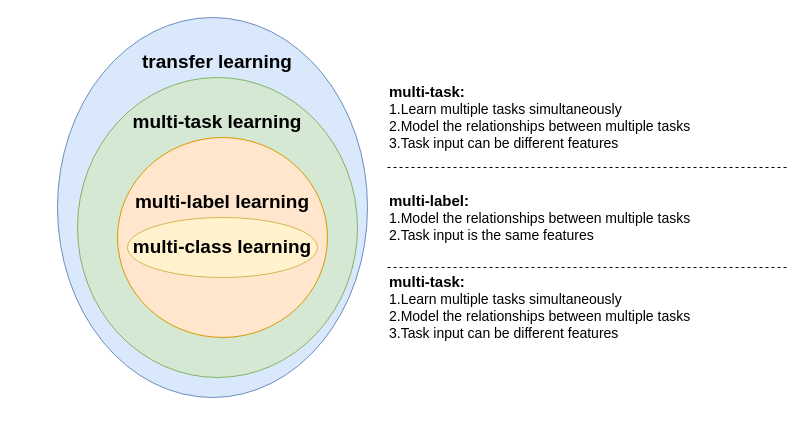
Before: MTLRS_module.drawio in Lelter/MTLRS_drawio, a draw.io diagram. Source tidied: cells renumbered, new cells numbered last; positions are measured from the earlier drawing's top-left corner, leaving out a move shared by most shapes. Both pictures are drawn from the tidied source at 100%, with x=0, y=0 at pixel (57, 17).
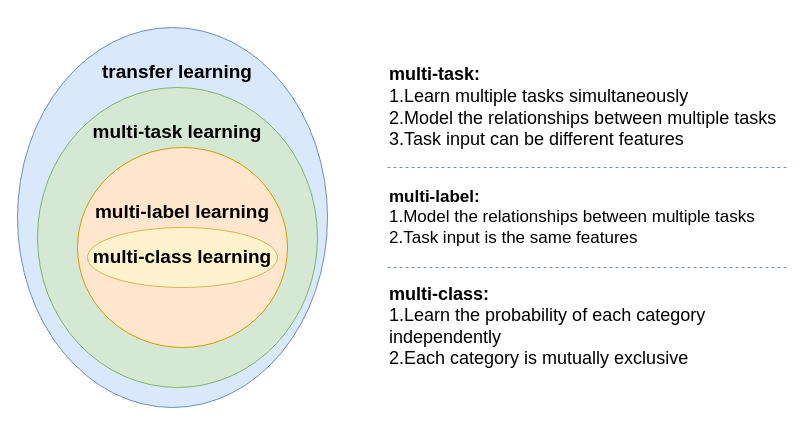
After the change.

Diff of the diagram source:
```diff
@@
 <mxGraphModel>
   <root>
     <mxCell id="0" />
     <mxCell id="1" parent="0" />
+    <mxCell id="10" value="&lt;b style=&quot;font-size: 18px;&quot;&gt;&lt;font style=&quot;font-size: 18px;&quot;&gt;multi-task:&lt;/font&gt;&lt;/b&gt;&lt;div style=&quot;font-size: 18px;&quot;&gt;&lt;font style=&quot;font-size: 18px;&quot;&gt;1.Learn multiple tasks simultaneously&lt;/font&gt;&lt;/div&gt;&lt;div style=&quot;font-size: 18px;&quot;&gt;&lt;font style=&quot;font-size: 18px;&quot;&gt;2.Model the relationships between multiple tasks&lt;/font&gt;&lt;/div&gt;&lt;div style=&quot;font-size: 18px;&quot;&gt;&lt;font style=&quot;font-size: 18px;&quot;&gt;3.Task input can be different features&lt;/font&gt;&lt;/div&gt;" style="text;html=1;align=left;verticalAlign=middle;whiteSpace=wrap;rounded=0;fontSize=18;" parent="1" vertex="1">
+      <mxGeometry x="330" y="50" width="400" height="80" as="geometry" />
+    </mxCell>
+    <mxCell id="11" style="endArrow=none;dashed=1;html=1;rounded=0;fillColor=#dae8fc;strokeColor=#6c8ebf;" parent="1" edge="1">
+      <mxGeometry relative="1" as="geometry">
+        <mxPoint x="330" y="150" as="sourcePoint" />
+        <mxPoint x="730" y="150" as="targetPoint" />
+      </mxGeometry>
+    </mxCell>
+    <mxCell id="12" value="&lt;b style=&quot;font-size: 17px;&quot;&gt;&lt;font style=&quot;font-size: 17px;&quot;&gt;multi-label:&lt;/font&gt;&lt;/b&gt;&lt;div style=&quot;font-size: 17px;&quot;&gt;&lt;font style=&quot;font-size: 17px;&quot;&gt;1.&lt;/font&gt;&lt;span style=&quot;background-color: initial; font-size: 17px;&quot;&gt;Model the relationships between multiple tasks&lt;/span&gt;&lt;/div&gt;&lt;div style=&quot;font-size: 17px;&quot;&gt;&lt;font style=&quot;font-size: 17px;&quot;&gt;2.Task input is the same features&lt;/font&gt;&lt;/div&gt;" style="text;html=1;align=left;verticalAlign=middle;whiteSpace=wrap;rounded=0;fontSize=17;" parent="1" vertex="1">
+      <mxGeometry x="330" y="160" width="400" height="80" as="geometry" />
+    </mxCell>
+    <mxCell id="13" value="&lt;b style=&quot;font-size: 18px;&quot;&gt;&lt;font style=&quot;font-size: 18px;&quot;&gt;multi-class:&lt;/font&gt;&lt;/b&gt;&lt;div style=&quot;font-size: 18px;&quot;&gt;&lt;font style=&quot;font-size: 18px;&quot;&gt;1.Learn the probability of each category independently&lt;/font&gt;&lt;/div&gt;&lt;div style=&quot;font-size: 18px;&quot;&gt;&lt;font style=&quot;font-size: 18px;&quot;&gt;2.Each category is mutually exclusive&lt;/font&gt;&lt;/div&gt;&lt;div style=&quot;font-size: 18px;&quot;&gt;&lt;br style=&quot;font-size: 18px;&quot;&gt;&lt;/div&gt;" style="text;html=1;align=left;verticalAlign=middle;whiteSpace=wrap;rounded=0;fontSize=18;" parent="1" vertex="1">
+      <mxGeometry x="330" y="280" width="400" height="80" as="geometry" />
+    </mxCell>
+    <mxCell id="14" style="endArrow=none;dashed=1;html=1;rounded=0;fillColor=#dae8fc;strokeColor=#6c8ebf;" parent="1" edge="1">
+      <mxGeometry relative="1" as="geometry">
+        <mxPoint x="330" y="250" as="sourcePoint" />
+        <mxPoint x="730" y="250" as="targetPoint" />
+      </mxGeometry>
+    </mxCell>
+    <mxCell id="15" style="group;" parent="1" vertex="1">
+      <mxGeometry x="-40" y="10" width="310" height="380" as="geometry" />
+    </mxCell>
-    <mxCell id="2" style="ellipse;whiteSpace=wrap;html=1;fillColor=#dae8fc;strokeColor=#6c8ebf;" parent="1" vertex="1">
+    <mxCell id="2" style="ellipse;whiteSpace=wrap;html=1;fillColor=#dae8fc;strokeColor=#6c8ebf;" parent="15" vertex="1">
       <mxGeometry width="310" height="380" as="geometry" />
     </mxCell>
-    <mxCell id="3" style="ellipse;whiteSpace=wrap;html=1;fillColor=#d5e8d4;strokeColor=#82b366;" parent="1" vertex="1">
+    <mxCell id="3" style="ellipse;whiteSpace=wrap;html=1;fillColor=#d5e8d4;strokeColor=#82b366;" parent="15" vertex="1">
       <mxGeometry x="20" y="60" width="280" height="300" as="geometry" />
     </mxCell>
-    <mxCell id="4" style="ellipse;whiteSpace=wrap;html=1;fillColor=#ffe6cc;strokeColor=#d79b00;" parent="1" vertex="1">
+    <mxCell id="4" style="ellipse;whiteSpace=wrap;html=1;fillColor=#ffe6cc;strokeColor=#d79b00;" parent="15" vertex="1">
       <mxGeometry x="60" y="120" width="210" height="200" as="geometry" />
     </mxCell>
-    <mxCell id="5" style="ellipse;whiteSpace=wrap;html=1;fillColor=#fff2cc;strokeColor=#d6b656;" parent="1" vertex="1">
+    <mxCell id="5" style="ellipse;whiteSpace=wrap;html=1;fillColor=#fff2cc;strokeColor=#d6b656;" parent="15" vertex="1">
       <mxGeometry x="70" y="200" width="190" height="60" as="geometry" />
     </mxCell>
-    <mxCell id="6" value="transfer learning" style="text;html=1;align=center;verticalAlign=middle;whiteSpace=wrap;rounded=0;fontStyle=1;fontSize=19;" parent="1" vertex="1">
+    <mxCell id="6" value="transfer learning" style="text;html=1;align=center;verticalAlign=middle;whiteSpace=wrap;rounded=0;fontStyle=1;fontSize=19;" parent="15" vertex="1">
       <mxGeometry x="72" y="30" width="176" height="30" as="geometry" />
     </mxCell>
-    <mxCell id="7" value="multi-task learning" style="text;html=1;align=center;verticalAlign=middle;whiteSpace=wrap;rounded=0;fontStyle=1;fontSize=19;" parent="1" vertex="1">
+    <mxCell id="7" value="multi-task learning" style="text;html=1;align=center;verticalAlign=middle;whiteSpace=wrap;rounded=0;fontStyle=1;fontSize=19;" parent="15" vertex="1">
       <mxGeometry x="72" y="90" width="176" height="30" as="geometry" />
     </mxCell>
-    <mxCell id="8" value="multi-label learning" style="text;html=1;align=center;verticalAlign=middle;whiteSpace=wrap;rounded=0;fontStyle=1;fontSize=19;" parent="1" vertex="1">
+    <mxCell id="8" value="multi-label learning" style="text;html=1;align=center;verticalAlign=middle;whiteSpace=wrap;rounded=0;fontStyle=1;fontSize=19;" parent="15" vertex="1">
       <mxGeometry x="50" y="170" width="230" height="30" as="geometry" />
     </mxCell>
-    <mxCell id="9" value="multi-class learning" style="text;html=1;align=center;verticalAlign=middle;whiteSpace=wrap;rounded=0;fontStyle=1;fontSize=19;" parent="1" vertex="1">
+    <mxCell id="9" value="multi-class learning" style="text;html=1;align=center;verticalAlign=middle;whiteSpace=wrap;rounded=0;fontStyle=1;fontSize=19;" parent="15" vertex="1">
       <mxGeometry x="55" y="215" width="220" height="30" as="geometry" />
     </mxCell>
-    <mxCell id="10" value="&lt;b style=&quot;font-size: 15px;&quot;&gt;&lt;font style=&quot;font-size: 15px;&quot;&gt;multi-task:&lt;/font&gt;&lt;/b&gt;&lt;div style=&quot;font-size: 14px;&quot;&gt;&lt;font style=&quot;font-size: 14px;&quot;&gt;1.Learn multiple tasks simultaneously&lt;/font&gt;&lt;/div&gt;&lt;div style=&quot;font-size: 14px;&quot;&gt;&lt;font style=&quot;font-size: 14px;&quot;&gt;2.Model the relationships between multiple tasks&lt;/font&gt;&lt;/div&gt;&lt;div style=&quot;font-size: 14px;&quot;&gt;&lt;font style=&quot;font-size: 14px;&quot;&gt;3.Task input can be different features&lt;/font&gt;&lt;/div&gt;" style="text;html=1;align=left;verticalAlign=middle;whiteSpace=wrap;rounded=0;" parent="1" vertex="1">
-      <mxGeometry x="330" y="60" width="350" height="80" as="geometry" />
-    </mxCell>
-    <mxCell id="11" style="endArrow=none;dashed=1;html=1;rounded=0;" parent="1" edge="1">
-      <mxGeometry relative="1" as="geometry">
-        <mxPoint x="330" y="150" as="sourcePoint" />
-        <mxPoint x="730" y="150" as="targetPoint" />
-      </mxGeometry>
-    </mxCell>
-    <mxCell id="12" value="&lt;b style=&quot;font-size: 15px;&quot;&gt;&lt;font style=&quot;font-size: 15px;&quot;&gt;multi-label:&lt;/font&gt;&lt;/b&gt;&lt;div style=&quot;font-size: 14px;&quot;&gt;&lt;font style=&quot;font-size: 14px;&quot;&gt;1.&lt;/font&gt;&lt;span style=&quot;background-color: initial;&quot;&gt;Model the relationships between multiple tasks&lt;/span&gt;&lt;/div&gt;&lt;div style=&quot;font-size: 14px;&quot;&gt;&lt;font style=&quot;font-size: 14px;&quot;&gt;2.Task input is the same features&lt;/font&gt;&lt;/div&gt;" style="text;html=1;align=left;verticalAlign=middle;whiteSpace=wrap;rounded=0;" parent="1" vertex="1">
-      <mxGeometry x="330" y="160" width="350" height="80" as="geometry" />
-    </mxCell>
-    <mxCell id="13" value="&lt;b style=&quot;font-size: 15px;&quot;&gt;&lt;font style=&quot;font-size: 15px;&quot;&gt;multi-task:&lt;/font&gt;&lt;/b&gt;&lt;div style=&quot;font-size: 14px;&quot;&gt;&lt;font style=&quot;font-size: 14px;&quot;&gt;1.Learn multiple tasks simultaneously&lt;/font&gt;&lt;/div&gt;&lt;div style=&quot;font-size: 14px;&quot;&gt;&lt;font style=&quot;font-size: 14px;&quot;&gt;2.Model the relationships between multiple tasks&lt;/font&gt;&lt;/div&gt;&lt;div style=&quot;font-size: 14px;&quot;&gt;&lt;font style=&quot;font-size: 14px;&quot;&gt;3.Task input can be different features&lt;/font&gt;&lt;/div&gt;" style="text;html=1;align=left;verticalAlign=middle;whiteSpace=wrap;rounded=0;" parent="1" vertex="1">
-      <mxGeometry x="330" y="250" width="350" height="80" as="geometry" />
-    </mxCell>
-    <mxCell id="14" style="endArrow=none;dashed=1;html=1;rounded=0;" parent="1" edge="1">
-      <mxGeometry relative="1" as="geometry">
-        <mxPoint x="330" y="250" as="sourcePoint" />
-        <mxPoint x="730" y="250" as="targetPoint" />
-      </mxGeometry>
-    </mxCell>
   </root>
 </mxGraphModel>
```
